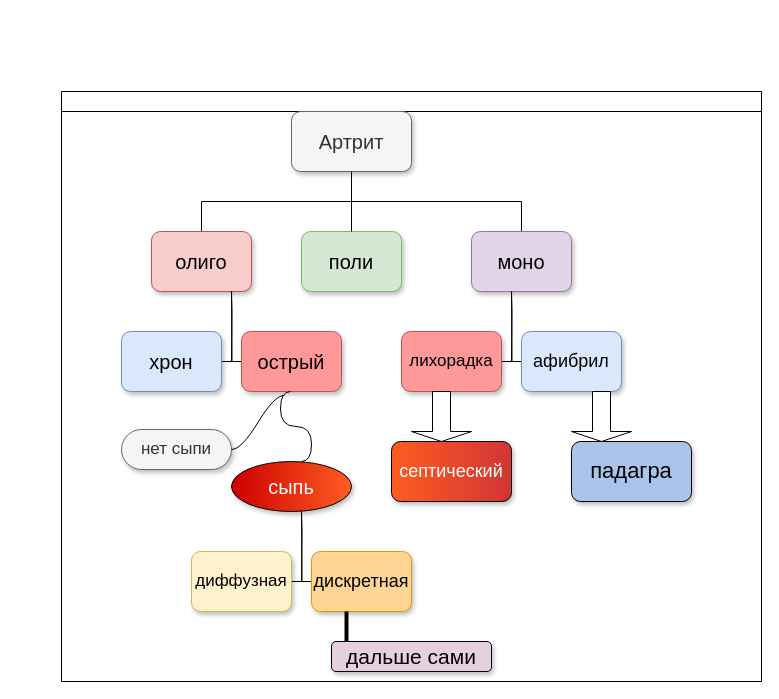
This is Untitled Diagram.drawio from lissa3/menubar, a draw.io file, before an edit. Source tidied: cells renumbered, new cells numbered last; positions are measured from the earlier drawing's top-left corner, leaving out a move shared by most shapes. Both pictures are drawn from the tidied source at 100%, with x=0, y=0 at pixel (61, 91).
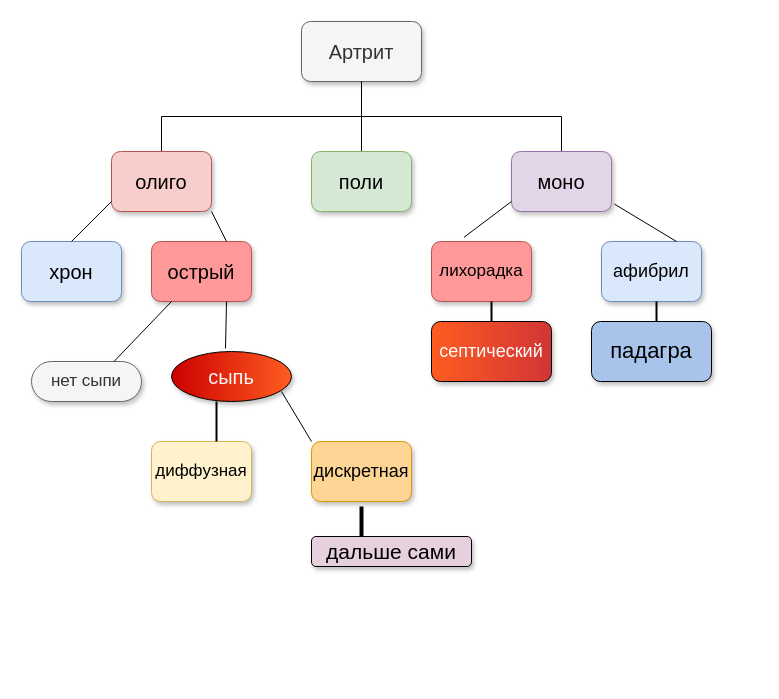
The same diagram, later.

Diff of the diagram source:
```diff
@@
-    <mxCell id="2" style="swimlane;startSize=20;horizontal=1;containerType=tree;newEdgeStyle={&quot;edgeStyle&quot;:&quot;elbowEdgeStyle&quot;,&quot;startArrow&quot;:&quot;none&quot;,&quot;endArrow&quot;:&quot;none&quot;};" parent="1" vertex="1">
-      <mxGeometry width="700" height="590" as="geometry" />
-    </mxCell>
+    <mxCell id="30" style="line;strokeWidth=4;direction=south;html=1;perimeter=backbonePerimeter;" parent="1" vertex="1">
+      <mxGeometry x="295" y="415" width="10" height="30" as="geometry" />
+    </mxCell>
+    <mxCell id="31" value="&lt;span style=&quot;font-size: 21px;&quot;&gt;дальше сами&lt;/span&gt;" style="html=1;whiteSpace=wrap;fillColor=#E6D0DE;rounded=1;shadow=1;" parent="1" vertex="1">
+      <mxGeometry x="250" y="445" width="160" height="30" as="geometry" />
+    </mxCell>
+    <mxCell id="5" value="&lt;font style=&quot;font-size: 20px;&quot;&gt;Артрит&lt;/font&gt;" style="whiteSpace=wrap;html=1;align=center;newEdgeStyle={&quot;edgeStyle&quot;:&quot;elbowEdgeStyle&quot;,&quot;startArrow&quot;:&quot;none&quot;,&quot;endArrow&quot;:&quot;none&quot;};rounded=1;shadow=1;fillColor=#f5f5f5;fontColor=#333333;strokeColor=#666666;" parent="1" vertex="1">
+      <mxGeometry x="240" y="-70" width="120" height="60" as="geometry" />
+    </mxCell>
-    <mxCell id="3" style="edgeStyle=elbowEdgeStyle;elbow=vertical;sourcePerimeterSpacing=0;targetPerimeterSpacing=0;startArrow=none;endArrow=none;rounded=0;curved=0;" parent="2" edge="1" source="5" target="6">
+    <mxCell id="3" style="edgeStyle=elbowEdgeStyle;elbow=vertical;sourcePerimeterSpacing=0;targetPerimeterSpacing=0;startArrow=none;endArrow=none;rounded=0;curved=0;" parent="1" edge="1" source="5" target="6">
       <mxGeometry relative="1" as="geometry" />
     </mxCell>
-    <mxCell id="4" style="edgeStyle=elbowEdgeStyle;elbow=vertical;sourcePerimeterSpacing=0;targetPerimeterSpacing=0;startArrow=none;endArrow=none;rounded=0;curved=0;" parent="2" edge="1" source="5" target="7">
+    <mxCell id="4" style="edgeStyle=elbowEdgeStyle;elbow=vertical;sourcePerimeterSpacing=0;targetPerimeterSpacing=0;startArrow=none;endArrow=none;rounded=0;curved=0;" parent="1" edge="1" source="5" target="7">
       <mxGeometry relative="1" as="geometry" />
     </mxCell>
-    <mxCell id="5" value="&lt;font style=&quot;font-size: 20px;&quot;&gt;Артрит&lt;/font&gt;" style="whiteSpace=wrap;html=1;align=center;newEdgeStyle={&quot;edgeStyle&quot;:&quot;elbowEdgeStyle&quot;,&quot;startArrow&quot;:&quot;none&quot;,&quot;endArrow&quot;:&quot;none&quot;};rounded=1;shadow=1;fillColor=#f5f5f5;fontColor=#333333;strokeColor=#666666;" parent="2" vertex="1">
-      <mxGeometry x="230" y="20" width="120" height="60" as="geometry" />
-    </mxCell>
+    <mxCell id="9" style="edgeStyle=elbowEdgeStyle;elbow=vertical;sourcePerimeterSpacing=0;targetPerimeterSpacing=0;startArrow=none;endArrow=none;rounded=0;curved=0;" parent="1" edge="1" source="5" target="8">
+      <mxGeometry relative="1" as="geometry" />
+    </mxCell>
-    <mxCell id="6" value="&lt;font style=&quot;font-size: 20px;&quot;&gt;олиго&lt;/font&gt;" style="whiteSpace=wrap;html=1;align=center;verticalAlign=middle;newEdgeStyle={&quot;edgeStyle&quot;:&quot;elbowEdgeStyle&quot;,&quot;startArrow&quot;:&quot;none&quot;,&quot;endArrow&quot;:&quot;none&quot;};fillColor=#f8cecc;strokeColor=#b85450;rounded=1;shadow=1;" parent="2" vertex="1">
-      <mxGeometry x="90" y="140" width="100" height="60" as="geometry" />
+    <mxCell id="6" value="&lt;font style=&quot;font-size: 20px;&quot;&gt;олиго&lt;/font&gt;" style="whiteSpace=wrap;html=1;align=center;verticalAlign=middle;newEdgeStyle={&quot;edgeStyle&quot;:&quot;elbowEdgeStyle&quot;,&quot;startArrow&quot;:&quot;none&quot;,&quot;endArrow&quot;:&quot;none&quot;};fillColor=#f8cecc;strokeColor=#b85450;rounded=1;shadow=1;" parent="1" vertex="1">
+      <mxGeometry x="50" y="60" width="100" height="60" as="geometry" />
     </mxCell>
-    <mxCell id="7" value="&lt;font style=&quot;font-size: 20px;&quot;&gt;моно&lt;/font&gt;" style="whiteSpace=wrap;html=1;align=center;verticalAlign=middle;newEdgeStyle={&quot;edgeStyle&quot;:&quot;elbowEdgeStyle&quot;,&quot;startArrow&quot;:&quot;none&quot;,&quot;endArrow&quot;:&quot;none&quot;};fillColor=#e1d5e7;strokeColor=#9673a6;rounded=1;shadow=1;" parent="2" vertex="1">
-      <mxGeometry x="410" y="140" width="100" height="60" as="geometry" />
+    <mxCell id="7" value="&lt;font style=&quot;font-size: 20px;&quot;&gt;моно&lt;/font&gt;" style="whiteSpace=wrap;html=1;align=center;verticalAlign=middle;newEdgeStyle={&quot;edgeStyle&quot;:&quot;elbowEdgeStyle&quot;,&quot;startArrow&quot;:&quot;none&quot;,&quot;endArrow&quot;:&quot;none&quot;};fillColor=#e1d5e7;strokeColor=#9673a6;rounded=1;shadow=1;" parent="1" vertex="1">
+      <mxGeometry x="450" y="60" width="100" height="60" as="geometry" />
     </mxCell>
-    <mxCell id="8" value="&lt;font style=&quot;font-size: 20px;&quot;&gt;поли&lt;/font&gt;" style="whiteSpace=wrap;html=1;align=center;verticalAlign=middle;newEdgeStyle={&quot;edgeStyle&quot;:&quot;elbowEdgeStyle&quot;,&quot;startArrow&quot;:&quot;none&quot;,&quot;endArrow&quot;:&quot;none&quot;};fillColor=#d5e8d4;strokeColor=#82b366;rounded=1;shadow=1;" parent="2" vertex="1">
-      <mxGeometry x="240" y="140" width="100" height="60" as="geometry" />
+    <mxCell id="8" value="&lt;font style=&quot;font-size: 20px;&quot;&gt;поли&lt;/font&gt;" style="whiteSpace=wrap;html=1;align=center;verticalAlign=middle;newEdgeStyle={&quot;edgeStyle&quot;:&quot;elbowEdgeStyle&quot;,&quot;startArrow&quot;:&quot;none&quot;,&quot;endArrow&quot;:&quot;none&quot;};fillColor=#d5e8d4;strokeColor=#82b366;rounded=1;shadow=1;" parent="1" vertex="1">
+      <mxGeometry x="250" y="60" width="100" height="60" as="geometry" />
     </mxCell>
-    <mxCell id="9" style="edgeStyle=elbowEdgeStyle;elbow=vertical;sourcePerimeterSpacing=0;targetPerimeterSpacing=0;startArrow=none;endArrow=none;rounded=0;curved=0;" parent="2" edge="1" source="5" target="8">
-      <mxGeometry relative="1" as="geometry" />
-    </mxCell>
-    <mxCell id="10" style="edgeStyle=orthogonalEdgeStyle;sourcePerimeterSpacing=0;targetPerimeterSpacing=0;startArrow=none;endArrow=none;rounded=0;targetPortConstraint=eastwest;sourcePortConstraint=northsouth;curved=0;rounded=0;" parent="2" edge="1" target="12">
-      <mxGeometry relative="1" as="geometry">
-        <mxPoint x="450" y="200" as="sourcePoint" />
-      </mxGeometry>
-    </mxCell>
-    <mxCell id="11" style="edgeStyle=orthogonalEdgeStyle;sourcePerimeterSpacing=0;targetPerimeterSpacing=0;startArrow=none;endArrow=none;rounded=0;targetPortConstraint=eastwest;sourcePortConstraint=northsouth;curved=0;rounded=0;" parent="2" edge="1" target="13">
-      <mxGeometry relative="1" as="geometry">
-        <mxPoint x="450" y="200" as="sourcePoint" />
-      </mxGeometry>
-    </mxCell>
-    <mxCell id="12" value="&lt;font style=&quot;font-size: 17px;&quot;&gt;лихорадка&lt;/font&gt;" style="whiteSpace=wrap;html=1;align=center;verticalAlign=middle;fillColor=#FF9999;strokeColor=#b85450;glass=0;rounded=1;shadow=1;" parent="2" vertex="1">
-      <mxGeometry x="340" y="240" width="100" height="60" as="geometry" />
-    </mxCell>
-    <mxCell id="13" value="&lt;font style=&quot;font-size: 18px;&quot;&gt;афибрил&lt;/font&gt;" style="whiteSpace=wrap;html=1;align=center;verticalAlign=middle;fillColor=#dae8fc;strokeColor=#6c8ebf;rounded=1;glass=0;shadow=1;" parent="2" vertex="1">
-      <mxGeometry x="460" y="240" width="100" height="60" as="geometry" />
-    </mxCell>
-    <mxCell id="14" style="edgeStyle=orthogonalEdgeStyle;sourcePerimeterSpacing=0;targetPerimeterSpacing=0;startArrow=none;endArrow=none;rounded=0;targetPortConstraint=eastwest;sourcePortConstraint=northsouth;curved=0;rounded=0;" parent="2" edge="1" target="16">
-      <mxGeometry relative="1" as="geometry">
-        <mxPoint x="170" y="200" as="sourcePoint" />
-      </mxGeometry>
-    </mxCell>
-    <mxCell id="15" style="edgeStyle=orthogonalEdgeStyle;sourcePerimeterSpacing=0;targetPerimeterSpacing=0;startArrow=none;endArrow=none;rounded=0;targetPortConstraint=eastwest;sourcePortConstraint=northsouth;curved=0;rounded=0;" parent="2" edge="1" target="17">
-      <mxGeometry relative="1" as="geometry">
-        <mxPoint x="170" y="200" as="sourcePoint" />
-      </mxGeometry>
-    </mxCell>
+    <mxCell id="17" value="&lt;font style=&quot;font-size: 20px;&quot;&gt;острый&lt;/font&gt;" style="whiteSpace=wrap;html=1;align=center;verticalAlign=middle;fillColor=#FF9999;strokeColor=#b85450;rounded=1;glass=0;shadow=1;" parent="1" vertex="1">
+      <mxGeometry x="90" y="150" width="100" height="60" as="geometry" />
+    </mxCell>
-    <mxCell id="16" value="&lt;font style=&quot;font-size: 20px;&quot;&gt;хрон&lt;/font&gt;" style="whiteSpace=wrap;html=1;align=center;verticalAlign=middle;fillColor=#dae8fc;strokeColor=#6c8ebf;rounded=1;glass=0;shadow=1;" parent="2" vertex="1">
-      <mxGeometry x="60" y="240" width="100" height="60" as="geometry" />
+    <mxCell id="16" value="&lt;font style=&quot;font-size: 20px;&quot;&gt;хрон&lt;/font&gt;" style="whiteSpace=wrap;html=1;align=center;verticalAlign=middle;fillColor=#dae8fc;strokeColor=#6c8ebf;rounded=1;glass=0;shadow=1;" parent="1" vertex="1">
+      <mxGeometry x="-40" y="150" width="100" height="60" as="geometry" />
     </mxCell>
-    <mxCell id="17" value="&lt;font style=&quot;font-size: 20px;&quot;&gt;острый&lt;/font&gt;" style="whiteSpace=wrap;html=1;align=center;verticalAlign=middle;fillColor=#FF9999;strokeColor=#b85450;rounded=1;glass=0;shadow=1;" parent="2" vertex="1">
-      <mxGeometry x="180" y="240" width="100" height="60" as="geometry" />
-    </mxCell>
+    <mxCell id="22" value="&lt;font style=&quot;font-size: 17px;&quot;&gt;нет сыпи&lt;/font&gt;" style="whiteSpace=wrap;html=1;rounded=1;arcSize=50;align=center;verticalAlign=middle;strokeWidth=1;spacing=4;newEdgeStyle={&quot;edgeStyle&quot;:&quot;entityRelationEdgeStyle&quot;,&quot;startArrow&quot;:&quot;none&quot;,&quot;endArrow&quot;:&quot;none&quot;,&quot;segment&quot;:10,&quot;curved&quot;:1,&quot;sourcePerimeterSpacing&quot;:0,&quot;targetPerimeterSpacing&quot;:0};fillColor=#f5f5f5;fontColor=#333333;strokeColor=#666666;shadow=1;" parent="1" vertex="1">
+      <mxGeometry x="-30" y="270" width="110" height="40" as="geometry" />
+    </mxCell>
-    <mxCell id="18" value="&lt;font color=&quot;#ffffff&quot; style=&quot;font-size: 18px;&quot;&gt;септический&lt;/font&gt;" style="whiteSpace=wrap;html=1;align=center;newEdgeStyle={&quot;edgeStyle&quot;:&quot;elbowEdgeStyle&quot;,&quot;startArrow&quot;:&quot;none&quot;,&quot;endArrow&quot;:&quot;none&quot;};fillColor=#d03535;gradientColor=#FF5C21;gradientDirection=west;rounded=1;shadow=1;" parent="2" vertex="1">
-      <mxGeometry x="330" y="350" width="120" height="60" as="geometry" />
+    <mxCell id="18" value="&lt;font color=&quot;#ffffff&quot; style=&quot;font-size: 18px;&quot;&gt;септический&lt;/font&gt;" style="whiteSpace=wrap;html=1;align=center;newEdgeStyle={&quot;edgeStyle&quot;:&quot;elbowEdgeStyle&quot;,&quot;startArrow&quot;:&quot;none&quot;,&quot;endArrow&quot;:&quot;none&quot;};fillColor=#d03535;gradientColor=#FF5C21;gradientDirection=west;rounded=1;shadow=1;" parent="1" vertex="1">
+      <mxGeometry x="370" y="230" width="120" height="60" as="geometry" />
     </mxCell>
-    <mxCell id="19" value="&lt;font style=&quot;font-size: 22px;&quot;&gt;падагра&lt;/font&gt;" style="whiteSpace=wrap;html=1;align=center;newEdgeStyle={&quot;edgeStyle&quot;:&quot;elbowEdgeStyle&quot;,&quot;startArrow&quot;:&quot;none&quot;,&quot;endArrow&quot;:&quot;none&quot;};fillColor=#A9C4EB;rounded=1;shadow=1;" parent="2" vertex="1">
-      <mxGeometry x="510" y="350" width="120" height="60" as="geometry" />
+    <mxCell id="19" value="&lt;font style=&quot;font-size: 22px;&quot;&gt;падагра&lt;/font&gt;" style="whiteSpace=wrap;html=1;align=center;newEdgeStyle={&quot;edgeStyle&quot;:&quot;elbowEdgeStyle&quot;,&quot;startArrow&quot;:&quot;none&quot;,&quot;endArrow&quot;:&quot;none&quot;};fillColor=#A9C4EB;rounded=1;shadow=1;" parent="1" vertex="1">
+      <mxGeometry x="530" y="230" width="120" height="60" as="geometry" />
     </mxCell>
-    <mxCell id="20" style="shape=singleArrow;direction=south;whiteSpace=wrap;html=1;" parent="2" vertex="1">
-      <mxGeometry x="510" y="300" width="60" height="50" as="geometry" />
-    </mxCell>
-    <mxCell id="21" style="shape=singleArrow;direction=south;whiteSpace=wrap;html=1;" parent="2" vertex="1">
-      <mxGeometry x="350" y="300" width="60" height="50" as="geometry" />
-    </mxCell>
-    <mxCell id="22" value="&lt;font style=&quot;font-size: 17px;&quot;&gt;нет сыпи&lt;/font&gt;" style="whiteSpace=wrap;html=1;rounded=1;arcSize=50;align=center;verticalAlign=middle;strokeWidth=1;spacing=4;newEdgeStyle={&quot;edgeStyle&quot;:&quot;entityRelationEdgeStyle&quot;,&quot;startArrow&quot;:&quot;none&quot;,&quot;endArrow&quot;:&quot;none&quot;,&quot;segment&quot;:10,&quot;curved&quot;:1,&quot;sourcePerimeterSpacing&quot;:0,&quot;targetPerimeterSpacing&quot;:0};fillColor=#f5f5f5;fontColor=#333333;strokeColor=#666666;shadow=1;" parent="2" vertex="1">
-      <mxGeometry x="60" y="338" width="110" height="40" as="geometry" />
-    </mxCell>
-    <mxCell id="23" style="edgeStyle=entityRelationEdgeStyle;startArrow=none;endArrow=none;segment=10;curved=1;sourcePerimeterSpacing=0;targetPerimeterSpacing=0;rounded=0;exitX=0.429;exitY=1.064;exitDx=0;exitDy=0;exitPerimeter=0;" parent="2" edge="1" source="17" target="22">
-      <mxGeometry relative="1" as="geometry">
-        <Array as="points">
-          <mxPoint x="210" y="330" />
-        </Array>
-      </mxGeometry>
-    </mxCell>
-    <mxCell id="24" style="edgeStyle=entityRelationEdgeStyle;rounded=0;orthogonalLoop=1;jettySize=auto;html=1;startArrow=none;endArrow=none;segment=10;curved=1;sourcePerimeterSpacing=0;targetPerimeterSpacing=0;" parent="2" edge="1">
-      <mxGeometry relative="1" as="geometry">
-        <mxPoint x="240" y="370" as="sourcePoint" />
-        <mxPoint x="229" y="300" as="targetPoint" />
-        <Array as="points">
-          <mxPoint x="260" y="350" />
-          <mxPoint x="250" y="350" />
-          <mxPoint x="200" y="340" />
-          <mxPoint x="210" y="330" />
-          <mxPoint x="210" y="330" />
-          <mxPoint x="210" y="350" />
-          <mxPoint x="230" y="350" />
-          <mxPoint x="230" y="350" />
-        </Array>
-      </mxGeometry>
-    </mxCell>
+    <mxCell id="13" value="&lt;font style=&quot;font-size: 18px;&quot;&gt;афибрил&lt;/font&gt;" style="whiteSpace=wrap;html=1;align=center;verticalAlign=middle;fillColor=#dae8fc;strokeColor=#6c8ebf;rounded=1;glass=0;shadow=1;" parent="1" vertex="1">
+      <mxGeometry x="540" y="150" width="100" height="60" as="geometry" />
+    </mxCell>
+    <mxCell id="12" value="&lt;font style=&quot;font-size: 17px;&quot;&gt;лихорадка&lt;/font&gt;" style="whiteSpace=wrap;html=1;align=center;verticalAlign=middle;fillColor=#FF9999;strokeColor=#b85450;glass=0;rounded=1;shadow=1;" parent="1" vertex="1">
+      <mxGeometry x="370" y="150" width="100" height="60" as="geometry" />
+    </mxCell>
-    <mxCell id="25" value="&lt;font color=&quot;#fafafa&quot; style=&quot;font-size: 20px;&quot;&gt;сыпь&lt;/font&gt;" style="ellipse;whiteSpace=wrap;html=1;fillColor=#FF5C21;gradientColor=#CC0000;gradientDirection=west;shadow=1;" parent="2" vertex="1">
-      <mxGeometry x="170" y="370" width="120" height="50" as="geometry" />
+    <mxCell id="25" value="&lt;font color=&quot;#fafafa&quot; style=&quot;font-size: 20px;&quot;&gt;сыпь&lt;/font&gt;" style="ellipse;whiteSpace=wrap;html=1;fillColor=#FF5C21;gradientColor=#CC0000;gradientDirection=west;shadow=1;" parent="1" vertex="1">
+      <mxGeometry x="110" y="260" width="120" height="50" as="geometry" />
     </mxCell>
-    <mxCell id="26" style="edgeStyle=orthogonalEdgeStyle;sourcePerimeterSpacing=0;targetPerimeterSpacing=0;startArrow=none;endArrow=none;rounded=0;targetPortConstraint=eastwest;sourcePortConstraint=northsouth;curved=0;rounded=0;" parent="2" edge="1" target="28">
-      <mxGeometry relative="1" as="geometry">
-        <mxPoint x="240" y="420" as="sourcePoint" />
-      </mxGeometry>
-    </mxCell>
-    <mxCell id="27" style="edgeStyle=orthogonalEdgeStyle;sourcePerimeterSpacing=0;targetPerimeterSpacing=0;startArrow=none;endArrow=none;rounded=0;targetPortConstraint=eastwest;sourcePortConstraint=northsouth;curved=0;rounded=0;" parent="2" edge="1" target="29">
-      <mxGeometry relative="1" as="geometry">
-        <mxPoint x="240" y="420" as="sourcePoint" />
-      </mxGeometry>
-    </mxCell>
-    <mxCell id="28" value="&lt;font style=&quot;font-size: 17px;&quot;&gt;диффузная&lt;/font&gt;" style="whiteSpace=wrap;html=1;align=center;verticalAlign=middle;fillColor=#fff2cc;strokeColor=#d6b656;rounded=1;shadow=1;" parent="2" vertex="1">
-      <mxGeometry x="130" y="460" width="100" height="60" as="geometry" />
+    <mxCell id="28" value="&lt;font style=&quot;font-size: 17px;&quot;&gt;диффузная&lt;/font&gt;" style="whiteSpace=wrap;html=1;align=center;verticalAlign=middle;fillColor=#fff2cc;strokeColor=#d6b656;rounded=1;shadow=1;" parent="1" vertex="1">
+      <mxGeometry x="90" y="350" width="100" height="60" as="geometry" />
     </mxCell>
-    <mxCell id="29" value="&lt;font style=&quot;font-size: 18px;&quot;&gt;дискретная&lt;/font&gt;" style="whiteSpace=wrap;html=1;align=center;verticalAlign=middle;fillColor=#FFD596;strokeColor=#d79b00;rounded=1;shadow=1;" parent="2" vertex="1">
-      <mxGeometry x="250" y="460" width="100" height="60" as="geometry" />
+    <mxCell id="29" value="&lt;font style=&quot;font-size: 18px;&quot;&gt;дискретная&lt;/font&gt;" style="whiteSpace=wrap;html=1;align=center;verticalAlign=middle;fillColor=#FFD596;strokeColor=#d79b00;rounded=1;shadow=1;" parent="1" vertex="1">
+      <mxGeometry x="250" y="350" width="100" height="60" as="geometry" />
     </mxCell>
-    <mxCell id="30" style="line;strokeWidth=4;direction=south;html=1;perimeter=backbonePerimeter;" parent="1" vertex="1">
-      <mxGeometry x="280" y="520" width="10" height="30" as="geometry" />
-    </mxCell>
-    <mxCell id="31" value="&lt;span style=&quot;font-size: 21px;&quot;&gt;дальше сами&lt;/span&gt;" style="html=1;whiteSpace=wrap;fillColor=#E6D0DE;rounded=1;shadow=1;" parent="1" vertex="1">
-      <mxGeometry x="270" y="550" width="160" height="30" as="geometry" />
-    </mxCell>
+    <mxCell id="32" style="line;strokeWidth=2;direction=south;html=1;" parent="1" vertex="1">
+      <mxGeometry x="425" y="210" width="10" height="20" as="geometry" />
+    </mxCell>
+    <mxCell id="33" style="line;strokeWidth=2;direction=south;html=1;" parent="1" vertex="1">
+      <mxGeometry x="590" y="210" width="10" height="20" as="geometry" />
+    </mxCell>
+    <mxCell id="34" style="endArrow=none;html=1;rounded=0;exitX=0.324;exitY=-0.068;exitDx=0;exitDy=0;exitPerimeter=0;" parent="1" edge="1" source="12">
+      <mxGeometry relative="1" as="geometry">
+        <mxPoint x="450" y="110" as="targetPoint" />
+      </mxGeometry>
+    </mxCell>
+    <mxCell id="35" style="endArrow=none;html=1;rounded=0;entryX=0.75;entryY=0;entryDx=0;entryDy=0;exitX=1.029;exitY=0.876;exitDx=0;exitDy=0;exitPerimeter=0;" parent="1" edge="1" source="7" target="13">
+      <mxGeometry relative="1" as="geometry" />
+    </mxCell>
+    <mxCell id="36" style="endArrow=none;html=1;rounded=0;" parent="1" edge="1">
+      <mxGeometry relative="1" as="geometry">
+        <mxPoint x="164" y="257" as="sourcePoint" />
+        <mxPoint x="165" y="210" as="targetPoint" />
+      </mxGeometry>
+    </mxCell>
+    <mxCell id="37" style="line;strokeWidth=2;direction=south;html=1;" parent="1" vertex="1">
+      <mxGeometry x="150" y="310" width="10" height="40" as="geometry" />
+    </mxCell>
+    <mxCell id="38" style="endArrow=none;html=1;rounded=0;exitX=0;exitY=0;exitDx=0;exitDy=0;" parent="1" edge="1" source="29">
+      <mxGeometry relative="1" as="geometry">
+        <mxPoint x="220" y="300" as="targetPoint" />
+      </mxGeometry>
+    </mxCell>
+    <mxCell id="39" style="endArrow=none;html=1;rounded=0;exitX=0.75;exitY=0;exitDx=0;exitDy=0;" parent="1" edge="1" source="22">
+      <mxGeometry relative="1" as="geometry">
+        <mxPoint x="110" y="210" as="targetPoint" />
+      </mxGeometry>
+    </mxCell>
+    <mxCell id="40" style="endArrow=none;html=1;rounded=0;exitX=0.5;exitY=0;exitDx=0;exitDy=0;" parent="1" edge="1" source="16">
+      <mxGeometry relative="1" as="geometry">
+        <mxPoint x="50" y="110" as="targetPoint" />
+      </mxGeometry>
+    </mxCell>
+    <mxCell id="41" style="endArrow=none;html=1;rounded=0;exitX=0.75;exitY=0;exitDx=0;exitDy=0;" parent="1" edge="1" source="17">
+      <mxGeometry relative="1" as="geometry">
+        <mxPoint x="150" y="120" as="targetPoint" />
+      </mxGeometry>
+    </mxCell>
```
